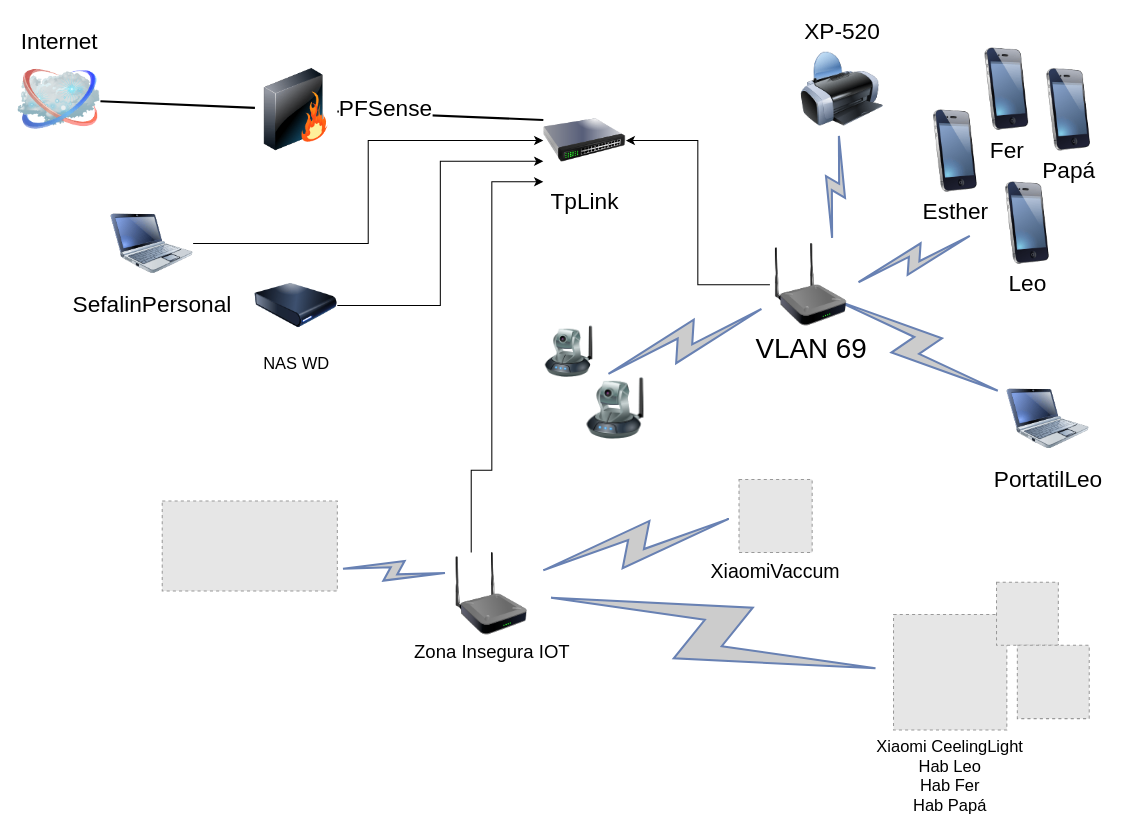
The draw.io diagram Untitled Diagram.drawio in sefalin84/diagramas, before the edit. Source tidied: cells renumbered, new cells numbered last; positions are measured from the earlier drawing's top-left corner, leaving out a move shared by most shapes. Both pictures are drawn from the tidied source at 103%, with x=0, y=0 at pixel (18, 47). Pictures stored in the file or linked from it are replaced by grey dashed boxes.
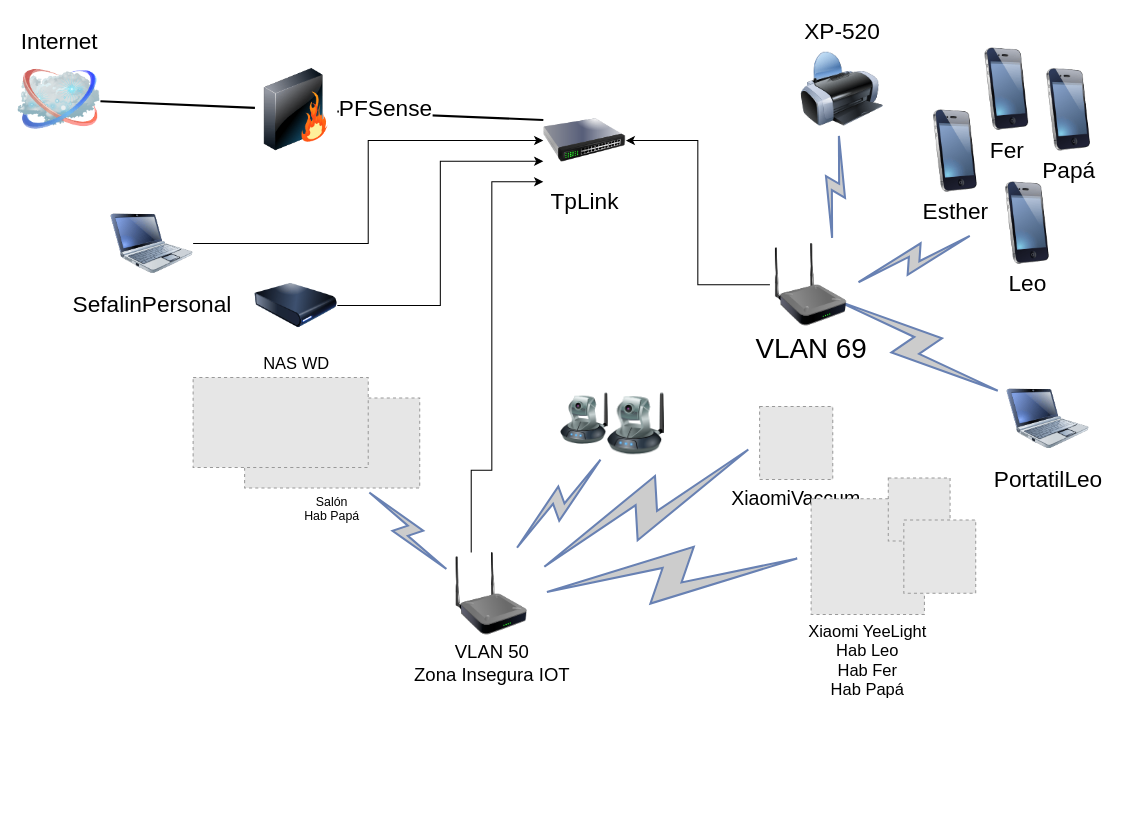
Above is the later version.

Unchanged cells that the change refers to:
```xml
<mxCell id="19" value="&lt;font style=&quot;font-size: 27px&quot;&gt;VLAN 69&lt;/font&gt;" style="image;html=1;image=img/lib/clip_art/networking/Repeater_128x128.png;" parent="1" vertex="1">
  <mxGeometry x="730" y="190" width="80" height="80" as="geometry" />
</mxCell>
```

What changed in the source:
```diff
@@
-    <mxCell id="13" style="html=1;fillColor=#CCCCCC;strokeColor=#6881B3;gradientColor=none;gradientDirection=north;strokeWidth=2;shape=mxgraph.networks.comm_link_edge;html=1;labelBackgroundColor=none;endArrow=none;fontFamily=Verdana;fontSize=22;fontColor=#000000;fontStyle=1;exitX=0;exitY=0.25;exitDx=0;exitDy=0;entryX=1;entryY=0.75;entryDx=0;entryDy=0;" parent="1" edge="1" source="24" target="32">
+    <mxCell id="13" style="html=1;fillColor=#CCCCCC;strokeColor=#6881B3;gradientColor=none;gradientDirection=north;strokeWidth=2;shape=mxgraph.networks.comm_link_edge;html=1;labelBackgroundColor=none;endArrow=none;fontFamily=Verdana;fontSize=22;fontColor=#000000;fontStyle=1;exitX=0;exitY=0.25;exitDx=0;exitDy=0;entryX=0.688;entryY=1.003;entryDx=0;entryDy=0;entryPerimeter=0;" parent="1" edge="1" source="24" target="32">
       <mxGeometry relative="1" as="geometry" />
     </mxCell>
@@
     <mxCell id="20" style="image;html=1;image=img/lib/clip_art/networking/Ip_Camera_128x128.png;" parent="1" vertex="1">
-      <mxGeometry x="550" y="320" width="60" height="60" as="geometry" />
+      <mxGeometry x="570" y="335" width="60" height="60" as="geometry" />
     </mxCell>
-    <mxCell id="21" style="html=1;fillColor=#CCCCCC;strokeColor=#6881B3;gradientColor=none;gradientDirection=north;strokeWidth=2;shape=mxgraph.networks.comm_link_edge;html=1;labelBackgroundColor=none;endArrow=none;fontFamily=Verdana;fontSize=22;fontColor=#000000;entryX=0;entryY=0.75;entryDx=0;entryDy=0;exitX=0.25;exitY=0;exitDx=0;exitDy=0;" parent="1" edge="1" source="20" target="19">
+    <mxCell id="21" style="html=1;fillColor=#CCCCCC;strokeColor=#6881B3;gradientColor=none;gradientDirection=north;strokeWidth=2;shape=mxgraph.networks.comm_link_edge;html=1;labelBackgroundColor=none;endArrow=none;fontFamily=Verdana;fontSize=22;fontColor=#000000;entryX=0.75;entryY=0;entryDx=0;entryDy=0;exitX=0;exitY=1;exitDx=0;exitDy=0;" parent="1" edge="1" source="20" target="24">
       <mxGeometry relative="1" as="geometry">
         <Array as="points">
           <mxPoint x="820" y="280" />
           <mxPoint x="780" y="150" />
         </Array>
       </mxGeometry>
     </mxCell>
     <mxCell id="22" style="image;html=1;image=img/lib/clip_art/networking/Ip_Camera_128x128.png;" parent="1" vertex="1">
-      <mxGeometry x="510" y="270" width="50" height="50" as="geometry" />
+      <mxGeometry x="525" y="335" width="50" height="50" as="geometry" />
     </mxCell>
@@
-    <mxCell id="24" value="Zona Insegura IOT" style="image;html=1;image=img/lib/clip_art/networking/Repeater_128x128.png;fontSize=18;" parent="1" vertex="1">
+    <mxCell id="24" value="&lt;div&gt;VLAN 50&lt;br&gt;&lt;/div&gt;&lt;div&gt;Zona Insegura IOT&lt;/div&gt;" style="image;html=1;image=img/lib/clip_art/networking/Repeater_128x128.png;fontSize=18;" parent="1" vertex="1">
       <mxGeometry x="420" y="490" width="80" height="80" as="geometry" />
     </mxCell>
@@
     <mxCell id="28" value="XiaomiVaccum" style="fillColor=#E6E6E6;strokeColor=#999999;dashed=1;verticalLabelPosition=bottom;verticalAlign=top;fontSize=19;" parent="1" vertex="1">
-      <mxGeometry x="700" y="419" width="71" height="71" as="geometry" />
+      <mxGeometry x="720" y="348.1" width="71" height="71" as="geometry" />
     </mxCell>
-    <mxCell id="29" value="Xiaomi CeelingLight&#10;Hab Leo&#10;Hab Fer&#10;Hab Papá" style="fillColor=#E6E6E6;strokeColor=#999999;dashed=1;verticalLabelPosition=bottom;verticalAlign=top;fontSize=16;" parent="1" vertex="1">
-      <mxGeometry x="850" y="550" width="110" height="112.2" as="geometry" />
+    <mxCell id="29" value="Xiaomi YeeLight&#10;Hab Leo&#10;Hab Fer&#10;Hab Papá" style="fillColor=#E6E6E6;strokeColor=#999999;dashed=1;verticalLabelPosition=bottom;verticalAlign=top;fontSize=16;" parent="1" vertex="1">
+      <mxGeometry x="770" y="437.8" width="110" height="112.2" as="geometry" />
     </mxCell>
     <mxCell id="30" style="fillColor=#E6E6E6;strokeColor=#999999;dashed=1;verticalLabelPosition=bottom;verticalAlign=top;fontSize=16;" parent="1" vertex="1">
-      <mxGeometry x="950" y="518.8" width="60" height="61.2" as="geometry" />
+      <mxGeometry x="844.9" y="417.6" width="60" height="61.2" as="geometry" />
     </mxCell>
     <mxCell id="31" style="fillColor=#E6E6E6;strokeColor=#999999;dashed=1;verticalLabelPosition=bottom;verticalAlign=top;fontSize=16;" parent="1" vertex="1">
-      <mxGeometry x="970.2" y="580" width="69.8" height="71.2" as="geometry" />
+      <mxGeometry x="860" y="458.3" width="69.8" height="71.2" as="geometry" />
     </mxCell>
-    <mxCell id="32" style="fillColor=#E6E6E6;strokeColor=#999999;dashed=1;verticalLabelPosition=bottom;verticalAlign=top;" parent="1" vertex="1">
-      <mxGeometry x="140" y="440" width="170" height="87.3" as="geometry" />
+    <mxCell id="32" value="Salón&#10;Hab Papá&#10;" style="fillColor=#E6E6E6;strokeColor=#999999;dashed=1;verticalLabelPosition=bottom;verticalAlign=top;" parent="1" vertex="1">
+      <mxGeometry x="220" y="340" width="170" height="87.3" as="geometry" />
     </mxCell>
@@
+    <mxCell id="35" style="fillColor=#E6E6E6;strokeColor=#999999;dashed=1;verticalLabelPosition=bottom;verticalAlign=top;" parent="1" vertex="1">
+      <mxGeometry x="170" y="320" width="170" height="87.3" as="geometry" />
+    </mxCell>
```
